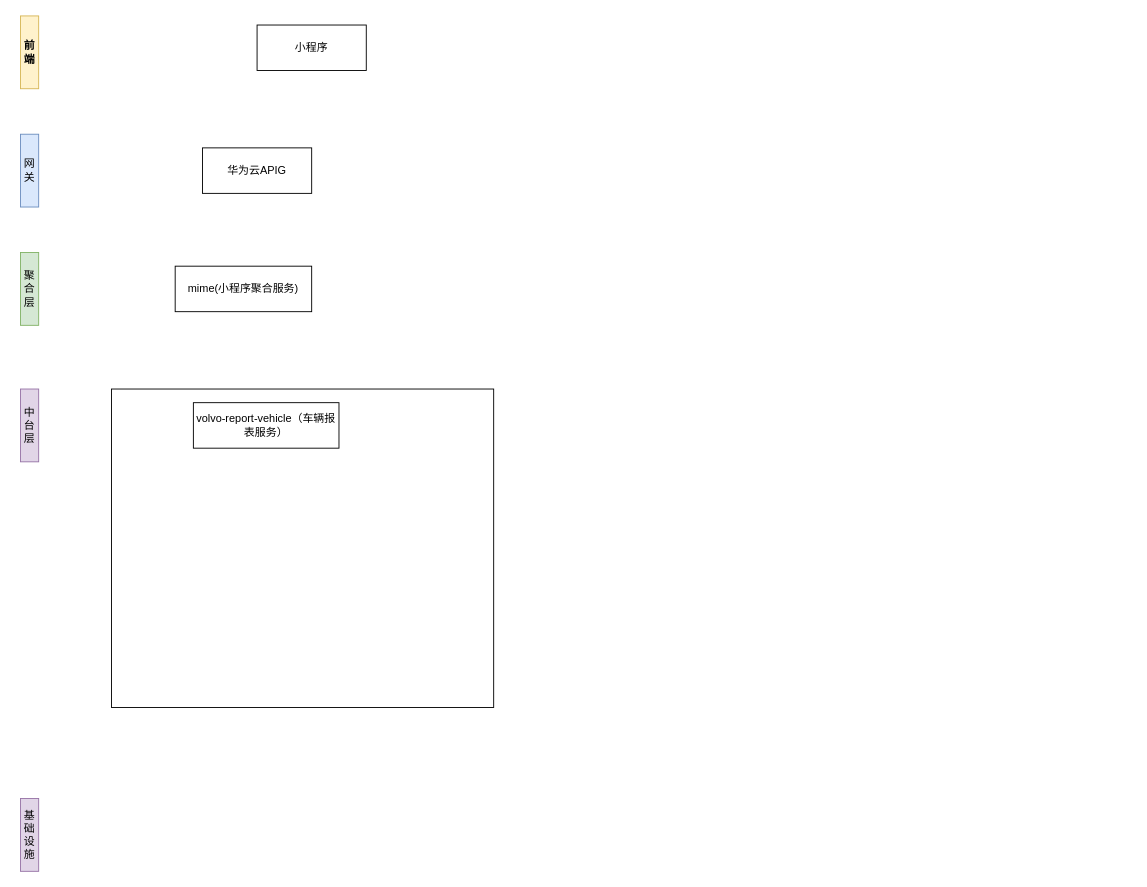
Earlier version of the draw.io diagram 会员业务架构.drawio (463024907/draw.io). Source tidied: cells renumbered, new cells numbered last; positions are measured from the earlier drawing's top-left corner, leaving out a move shared by most shapes. Both pictures are drawn from the tidied source at 91%, with x=0, y=0 at pixel (20, 15).
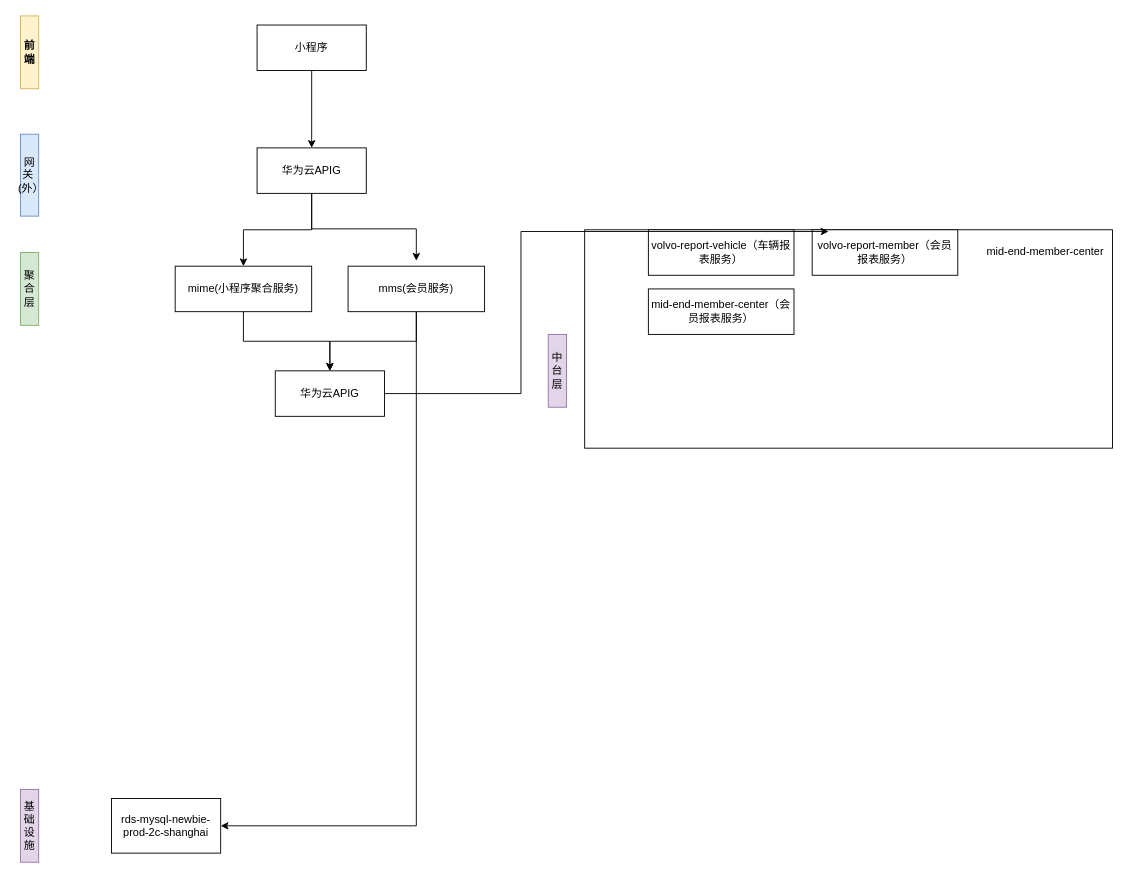
The same diagram, later.

Commit message:
Update 会员业务架构.drawio

Unchanged cells that the change refers to:
```xml
<mxCell id="8" value="mime(小程序聚合服务)" style="rounded=0;whiteSpace=wrap;html=1;" parent="1" vertex="1">
  <mxGeometry x="170" y="275" width="150" height="50" as="geometry" />
</mxCell>
<mxCell id="9" value="小程序" style="rounded=0;whiteSpace=wrap;html=1;" parent="1" vertex="1">
  <mxGeometry x="260" y="10" width="120" height="50" as="geometry" />
</mxCell>
```

The edit, as a diff of the source:
```diff
@@
     <mxCell id="2" style="rounded=0;whiteSpace=wrap;html=1;" parent="1" vertex="1">
-      <mxGeometry x="100" y="410" width="420" height="350" as="geometry" />
+      <mxGeometry x="620" y="235" width="580" height="240" as="geometry" />
     </mxCell>
@@
+    <mxCell id="12" style="edgeStyle=orthogonalEdgeStyle;rounded=0;jettySize=auto;html=1;" parent="1" edge="1" source="4" target="8">
+      <mxGeometry relative="1" as="geometry" />
+    </mxCell>
+    <mxCell id="13" style="edgeStyle=orthogonalEdgeStyle;rounded=0;orthogonalLoop=1;jettySize=auto;html=1;" parent="1" edge="1">
+      <mxGeometry relative="1" as="geometry">
+        <mxPoint x="320" y="189" as="sourcePoint" />
+        <mxPoint x="435" y="269" as="targetPoint" />
+        <Array as="points">
+          <mxPoint x="320" y="234" />
+          <mxPoint x="435" y="234" />
+        </Array>
+      </mxGeometry>
+    </mxCell>
     <mxCell id="4" value="华为云APIG" style="rounded=0;whiteSpace=wrap;html=1;" parent="1" vertex="1">
-      <mxGeometry x="200" y="145" width="120" height="50" as="geometry" />
+      <mxGeometry x="260" y="145" width="120" height="50" as="geometry" />
     </mxCell>
-    <mxCell id="5" value="网关" style="rounded=0;whiteSpace=wrap;html=1;fillColor=#dae8fc;strokeColor=#6c8ebf;" parent="1" vertex="1">
-      <mxGeometry y="130" width="20" height="80" as="geometry" />
+    <mxCell id="5" value="网&lt;br&gt;关&amp;nbsp; &amp;nbsp;(外）" style="rounded=0;whiteSpace=wrap;html=1;fillColor=#dae8fc;strokeColor=#6c8ebf;" parent="1" vertex="1">
+      <mxGeometry y="130" width="20" height="90" as="geometry" />
     </mxCell>
@@
     <mxCell id="7" value="中台层" style="rounded=0;whiteSpace=wrap;html=1;fillColor=#e1d5e7;strokeColor=#9673a6;" parent="1" vertex="1">
-      <mxGeometry y="410" width="20" height="80" as="geometry" />
+      <mxGeometry x="580" y="350" width="20" height="80" as="geometry" />
     </mxCell>
+    <mxCell id="14" style="edgeStyle=orthogonalEdgeStyle;rounded=0;jettySize=auto;html=1;" parent="1" edge="1" source="8" target="24">
+      <mxGeometry relative="1" as="geometry" />
+    </mxCell>
@@
+    <mxCell id="15" style="edgeStyle=orthogonalEdgeStyle;rounded=0;jettySize=auto;html=1;" parent="1" edge="1" source="9" target="4">
+      <mxGeometry relative="1" as="geometry" />
+    </mxCell>
@@
     <mxCell id="10" value="volvo-report-vehicle（车辆报表服务）" style="rounded=0;whiteSpace=wrap;html=1;" parent="1" vertex="1">
-      <mxGeometry x="190" y="425" width="160" height="50" as="geometry" />
+      <mxGeometry x="690" y="235" width="160" height="50" as="geometry" />
     </mxCell>
     <mxCell id="11" value="基础设施" style="rounded=0;whiteSpace=wrap;html=1;fillColor=#e1d5e7;strokeColor=#9673a6;" parent="1" vertex="1">
-      <mxGeometry y="860" width="20" height="80" as="geometry" />
+      <mxGeometry y="850" width="20" height="80" as="geometry" />
     </mxCell>
+    <mxCell id="16" value="volvo-report-member（会员报表服务）" style="rounded=0;whiteSpace=wrap;html=1;" parent="1" vertex="1">
+      <mxGeometry x="870" y="235" width="160" height="50" as="geometry" />
+    </mxCell>
+    <mxCell id="17" style="edgeStyle=orthogonalEdgeStyle;rounded=0;jettySize=auto;html=1;" parent="1" edge="1" source="19" target="20">
+      <mxGeometry relative="1" as="geometry">
+        <Array as="points">
+          <mxPoint x="435" y="890" />
+        </Array>
+      </mxGeometry>
+    </mxCell>
+    <mxCell id="18" style="edgeStyle=orthogonalEdgeStyle;rounded=0;jettySize=auto;html=1;entryX=0.5;entryY=0;entryDx=0;entryDy=0;" parent="1" edge="1" source="19" target="24">
+      <mxGeometry relative="1" as="geometry" />
+    </mxCell>
+    <mxCell id="19" value="mms(会员服务)" style="rounded=0;whiteSpace=wrap;html=1;" parent="1" vertex="1">
+      <mxGeometry x="360" y="275" width="150" height="50" as="geometry" />
+    </mxCell>
+    <mxCell id="20" value="rds-mysql-newbie-prod-2c-shanghai" style="rounded=0;whiteSpace=wrap;html=1;" parent="1" vertex="1">
+      <mxGeometry x="100" y="860" width="120" height="60" as="geometry" />
+    </mxCell>
+    <mxCell id="21" value="mid-end-member-center" style="text;whiteSpace=wrap;html=1;" parent="1" vertex="1">
+      <mxGeometry x="1060" y="245" width="160" height="40" as="geometry" />
+    </mxCell>
+    <mxCell id="22" value="mid-end-member-center（会员报表服务）" style="rounded=0;whiteSpace=wrap;html=1;" parent="1" vertex="1">
+      <mxGeometry x="690" y="300" width="160" height="50" as="geometry" />
+    </mxCell>
+    <mxCell id="23" style="edgeStyle=orthogonalEdgeStyle;rounded=0;jettySize=auto;html=1;entryX=0.462;entryY=0.008;entryDx=0;entryDy=0;entryPerimeter=0;" parent="1" edge="1" source="24" target="2">
+      <mxGeometry relative="1" as="geometry">
+        <Array as="points">
+          <mxPoint x="550" y="415" />
+          <mxPoint x="550" y="237" />
+        </Array>
+      </mxGeometry>
+    </mxCell>
+    <mxCell id="24" value="华为云APIG" style="rounded=0;whiteSpace=wrap;html=1;" parent="1" vertex="1">
+      <mxGeometry x="280" y="390" width="120" height="50" as="geometry" />
+    </mxCell>
```
